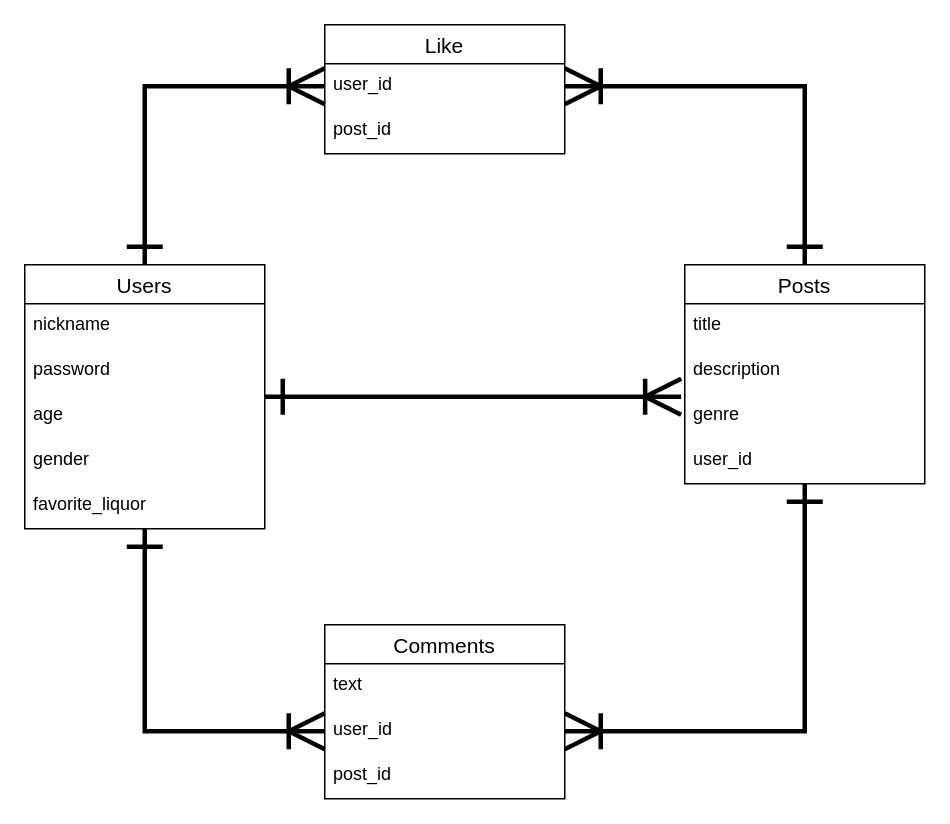
daikiaLucky/appetizer keeps this draw.io diagram as ER.dio. Above is the earlier version. Source tidied: cells renumbered, new cells numbered last; positions are measured from the earlier drawing's top-left corner, leaving out a move shared by most shapes. Both pictures are drawn from the tidied source at 150%, with x=0, y=0 at pixel (24, 24).
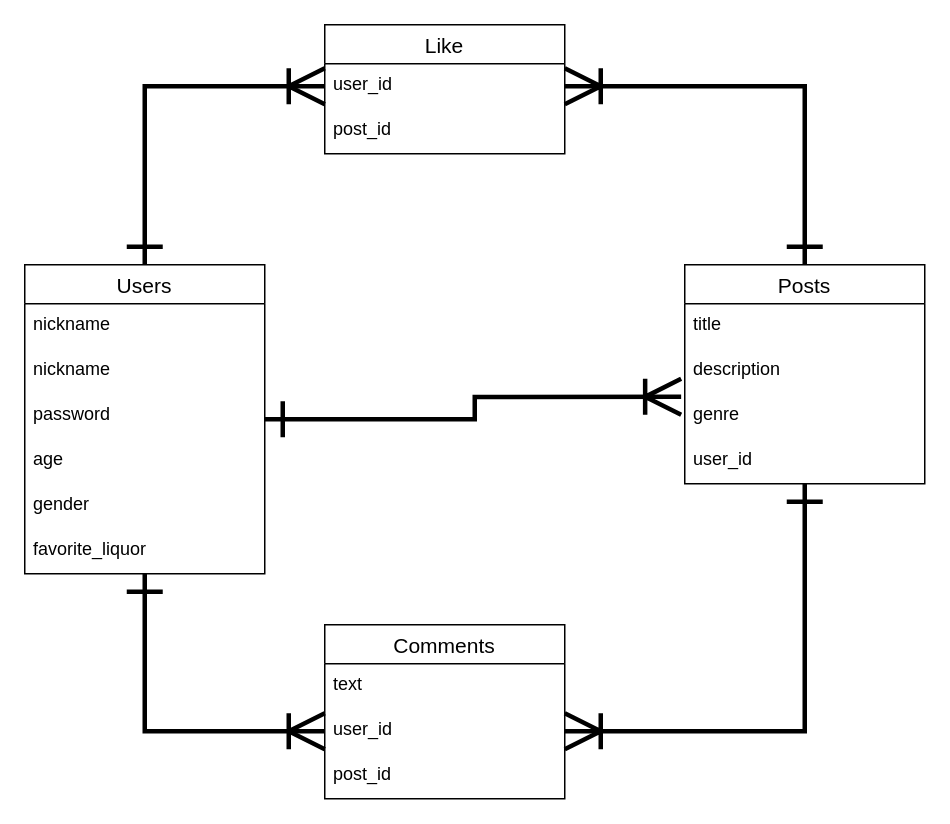
The same page after the edit.

Change to the diagram source:
```diff
@@
     <mxCell id="5" value="Users" style="swimlane;fontStyle=0;horizontal=1;startSize=26;align=center;fontSize=14;" parent="1" vertex="1">
-      <mxGeometry y="160" width="160" height="176" as="geometry" />
+      <mxGeometry y="160" width="160" height="206" as="geometry" />
     </mxCell>
@@
+    <mxCell id="25" value="nickname" style="text;strokeColor=none;fillColor=none;spacingLeft=4;spacingRight=4;overflow=hidden;fontSize=12;" parent="5" vertex="1">
+      <mxGeometry y="56" width="160" height="30" as="geometry" />
+    </mxCell>
     <mxCell id="7" value="password" style="text;strokeColor=none;fillColor=none;spacingLeft=4;spacingRight=4;overflow=hidden;fontSize=12;" parent="5" vertex="1">
-      <mxGeometry y="56" width="160" height="30" as="geometry" />
+      <mxGeometry y="86" width="160" height="30" as="geometry" />
     </mxCell>
     <mxCell id="8" value="age" style="text;strokeColor=none;fillColor=none;spacingLeft=4;spacingRight=4;overflow=hidden;fontSize=12;" parent="5" vertex="1">
-      <mxGeometry y="86" width="160" height="30" as="geometry" />
+      <mxGeometry y="116" width="160" height="30" as="geometry" />
     </mxCell>
     <mxCell id="9" value="gender" style="text;strokeColor=none;fillColor=none;spacingLeft=4;spacingRight=4;overflow=hidden;fontSize=12;" parent="5" vertex="1">
-      <mxGeometry y="116" width="160" height="30" as="geometry" />
+      <mxGeometry y="146" width="160" height="30" as="geometry" />
     </mxCell>
     <mxCell id="10" value="favorite_liquor" style="text;strokeColor=none;fillColor=none;spacingLeft=4;spacingRight=4;overflow=hidden;fontSize=12;" parent="5" vertex="1">
-      <mxGeometry y="146" width="160" height="30" as="geometry" />
+      <mxGeometry y="176" width="160" height="30" as="geometry" />
     </mxCell>
```
